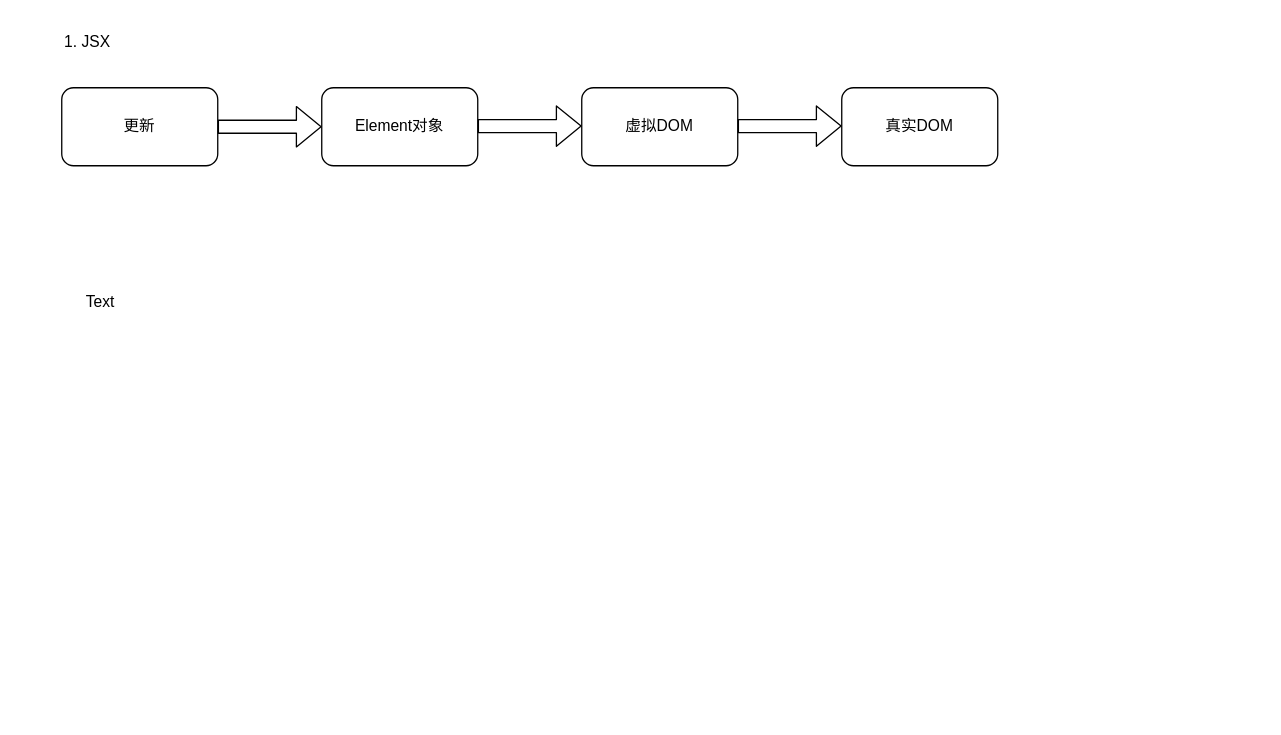
Earlier version of the draw.io diagram 框架设计/JSX和模版的流程对比.drawio (YoungMandy/Web-Front). Source tidied: cells renumbered, new cells numbered last; positions are measured from the earlier drawing's top-left corner, leaving out a move shared by most shapes. Both pictures are drawn from the tidied source at 130%, with x=0, y=0 at pixel (48, 22).
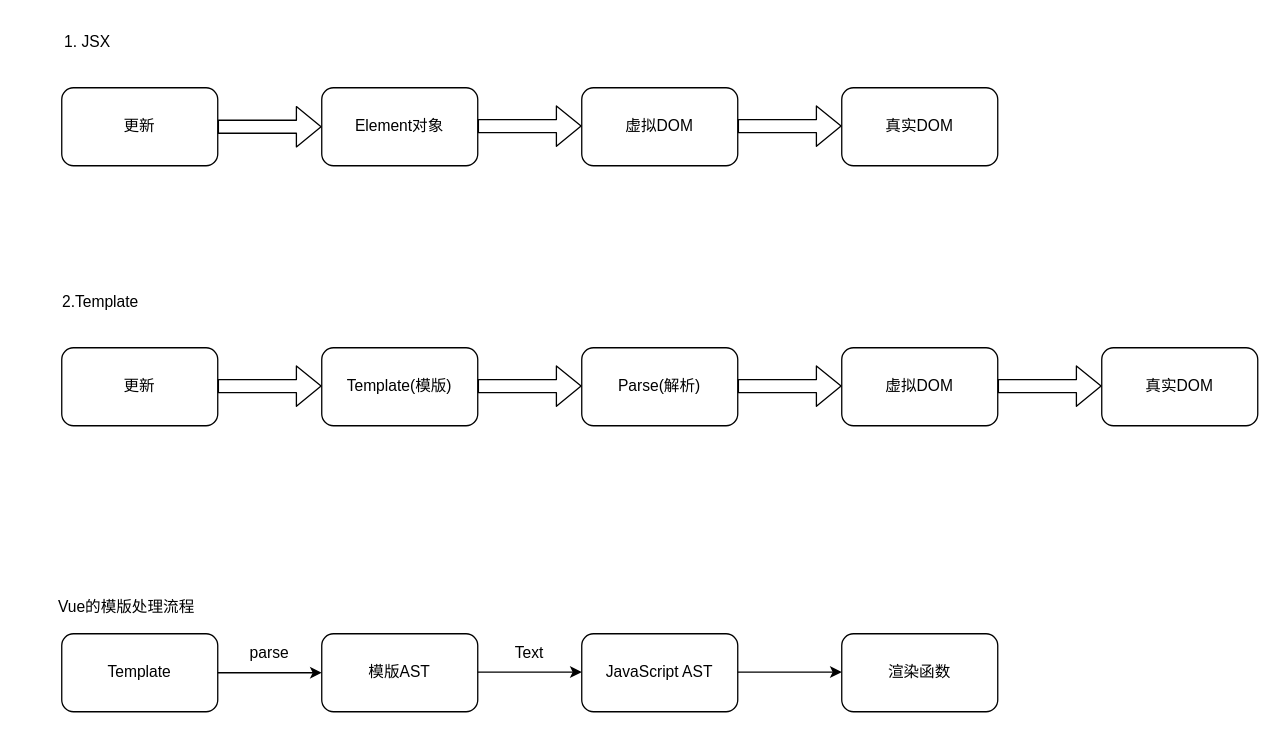
The same diagram, later.

Commit message:
docs: 增加vue的模版处理流程

Diff of the diagram source:
```diff
@@
-    <mxCell id="10" value="Text" style="text;html=1;strokeColor=none;fillColor=none;align=center;verticalAlign=middle;whiteSpace=wrap;rounded=0;" parent="1" vertex="1">
+    <mxCell id="10" value="2.Template" style="text;html=1;strokeColor=none;fillColor=none;align=center;verticalAlign=middle;whiteSpace=wrap;rounded=0;" parent="1" vertex="1">
       <mxGeometry x="10" y="200" width="60" height="30" as="geometry" />
     </mxCell>
+    <mxCell id="11" value="更新" style="rounded=1;whiteSpace=wrap;html=1;" parent="1" vertex="1">
+      <mxGeometry x="10" y="250" width="120" height="60" as="geometry" />
+    </mxCell>
+    <mxCell id="12" value="Template(模版)" style="rounded=1;whiteSpace=wrap;html=1;" parent="1" vertex="1">
+      <mxGeometry x="210" y="250" width="120" height="60" as="geometry" />
+    </mxCell>
+    <mxCell id="13" value="Parse(解析)" style="rounded=1;whiteSpace=wrap;html=1;" parent="1" vertex="1">
+      <mxGeometry x="410" y="250" width="120" height="60" as="geometry" />
+    </mxCell>
+    <mxCell id="14" value="虚拟DOM" style="rounded=1;whiteSpace=wrap;html=1;" parent="1" vertex="1">
+      <mxGeometry x="610" y="250" width="120" height="60" as="geometry" />
+    </mxCell>
+    <mxCell id="15" value="真实DOM" style="rounded=1;whiteSpace=wrap;html=1;" parent="1" vertex="1">
+      <mxGeometry x="810" y="250" width="120" height="60" as="geometry" />
+    </mxCell>
+    <mxCell id="16" style="shape=flexArrow;endArrow=classic;html=1;entryX=0;entryY=0.5;entryDx=0;entryDy=0;exitX=1;exitY=0.5;exitDx=0;exitDy=0;" parent="1" edge="1">
+      <mxGeometry relative="1" as="geometry">
+        <mxPoint x="130" y="279.5" as="sourcePoint" />
+        <mxPoint x="210" y="279.5" as="targetPoint" />
+      </mxGeometry>
+    </mxCell>
+    <mxCell id="17" style="shape=flexArrow;endArrow=classic;html=1;entryX=0;entryY=0.5;entryDx=0;entryDy=0;exitX=1;exitY=0.5;exitDx=0;exitDy=0;" parent="1" edge="1">
+      <mxGeometry relative="1" as="geometry">
+        <mxPoint x="330" y="279.5" as="sourcePoint" />
+        <mxPoint x="410" y="279.5" as="targetPoint" />
+      </mxGeometry>
+    </mxCell>
+    <mxCell id="18" style="shape=flexArrow;endArrow=classic;html=1;entryX=0;entryY=0.5;entryDx=0;entryDy=0;exitX=1;exitY=0.5;exitDx=0;exitDy=0;" parent="1" edge="1">
+      <mxGeometry relative="1" as="geometry">
+        <mxPoint x="530" y="279.5" as="sourcePoint" />
+        <mxPoint x="610" y="279.5" as="targetPoint" />
+      </mxGeometry>
+    </mxCell>
+    <mxCell id="19" style="shape=flexArrow;endArrow=classic;html=1;entryX=0;entryY=0.5;entryDx=0;entryDy=0;exitX=1;exitY=0.5;exitDx=0;exitDy=0;" parent="1" edge="1">
+      <mxGeometry relative="1" as="geometry">
+        <mxPoint x="730" y="279.5" as="sourcePoint" />
+        <mxPoint x="810" y="279.5" as="targetPoint" />
+      </mxGeometry>
+    </mxCell>
+    <mxCell id="20" value="Vue的模版处理流程" style="text;html=1;strokeColor=none;fillColor=none;align=center;verticalAlign=middle;whiteSpace=wrap;rounded=0;" parent="1" vertex="1">
+      <mxGeometry x="-20" y="440" width="160" height="20" as="geometry" />
+    </mxCell>
+    <mxCell id="21" value="Template" style="rounded=1;whiteSpace=wrap;html=1;" parent="1" vertex="1">
+      <mxGeometry x="10" y="470" width="120" height="60" as="geometry" />
+    </mxCell>
+    <mxCell id="22" value="模版AST" style="rounded=1;whiteSpace=wrap;html=1;" parent="1" vertex="1">
+      <mxGeometry x="210" y="470" width="120" height="60" as="geometry" />
+    </mxCell>
+    <mxCell id="23" value="JavaScript AST" style="rounded=1;whiteSpace=wrap;html=1;" parent="1" vertex="1">
+      <mxGeometry x="410" y="470" width="120" height="60" as="geometry" />
+    </mxCell>
+    <mxCell id="24" value="渲染函数" style="rounded=1;whiteSpace=wrap;html=1;" parent="1" vertex="1">
+      <mxGeometry x="610" y="470" width="120" height="60" as="geometry" />
+    </mxCell>
+    <mxCell id="25" style="endArrow=classic;html=1;entryX=0;entryY=0.5;entryDx=0;entryDy=0;" parent="1" edge="1" target="22">
+      <mxGeometry relative="1" as="geometry">
+        <mxPoint x="130" y="500" as="sourcePoint" />
+      </mxGeometry>
+    </mxCell>
+    <mxCell id="26" style="endArrow=classic;html=1;entryX=0;entryY=0.5;entryDx=0;entryDy=0;" parent="1" edge="1">
+      <mxGeometry relative="1" as="geometry">
+        <mxPoint x="330" y="499.5" as="sourcePoint" />
+        <mxPoint x="410" y="499.5" as="targetPoint" />
+      </mxGeometry>
+    </mxCell>
+    <mxCell id="27" style="endArrow=classic;html=1;entryX=0;entryY=0.5;entryDx=0;entryDy=0;" parent="1" edge="1">
+      <mxGeometry relative="1" as="geometry">
+        <mxPoint x="530" y="499.5" as="sourcePoint" />
+        <mxPoint x="610" y="499.5" as="targetPoint" />
+      </mxGeometry>
+    </mxCell>
+    <mxCell id="28" value="parse" style="text;html=1;strokeColor=none;fillColor=none;align=center;verticalAlign=middle;whiteSpace=wrap;rounded=0;" parent="1" vertex="1">
+      <mxGeometry x="140" y="470" width="60" height="30" as="geometry" />
+    </mxCell>
+    <mxCell id="29" value="Text" style="text;html=1;strokeColor=none;fillColor=none;align=center;verticalAlign=middle;whiteSpace=wrap;rounded=0;" parent="1" vertex="1">
+      <mxGeometry x="340" y="470" width="60" height="30" as="geometry" />
+    </mxCell>
```
